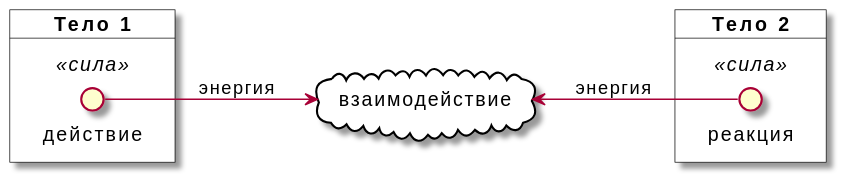
The PlantUML diagram src/blog/what-about-case/diagrams/things.svg in pavetok/pavetok.github.io, before a commit. Its source is kept beside it as src/blog/what-about-case/diagrams/things.puml.
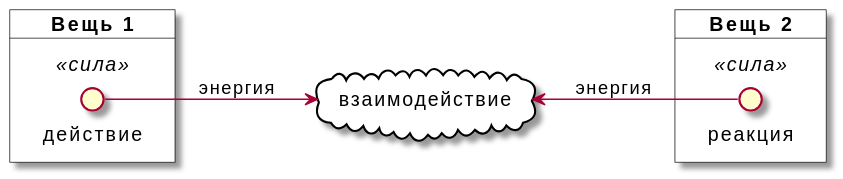
The same file after the commit.

What changed in the source:
```diff
@@ -1,11 +1,11 @@
 @startuml
 !include ../../../styles.puml!transaction
 
-card "Тело 1" as object1 {
+card "Вещь 1" as object1 {
     circle "действие" as action1 <<сила>>
 }
 
-card "Тело 2" as object2 {
+card "Вещь 2" as object2 {
     circle "реакция" as action2 <<сила>>
 }
 
```
